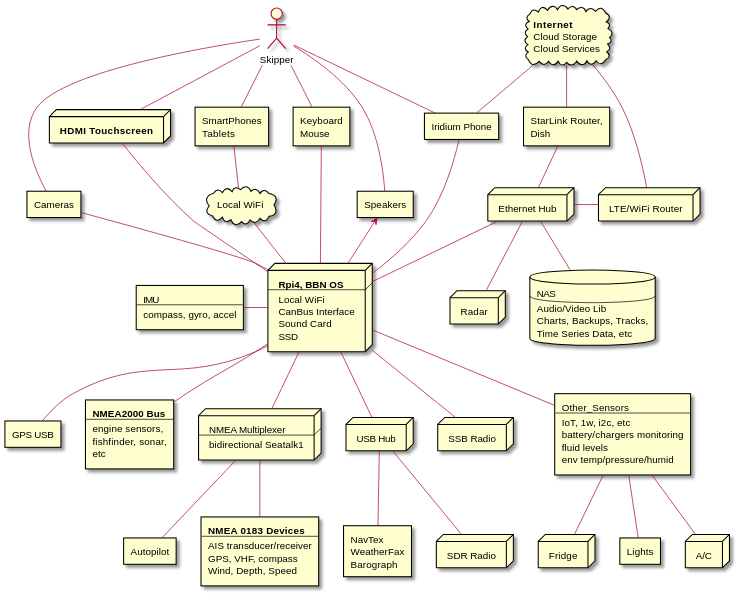
The PlantUML diagram docs/images/system-arch.svg in bareboat-necessities/my-bareboat, before a commit. The source it was exported from:
```plantuml
@startuml

actor Skipper [
 Skipper
]

node RPI [
 <b>Rpi4, BBN OS
 ----
 Local WiFi
 CanBus Interface
 Sound Card
 SSD
]

rectangle GPS [
 GPS USB
]

rectangle IMU [
 IMU
 ----
 compass, gyro, accel
]

rectangle NMEA_2000 [
 <b>NMEA2000 Bus
 ----
 engine sensors,
 fishfinder, sonar,
 etc
]

node NMEA_Mux [
 NMEA Multiplexer
 ----
 bidirectional Seatalk1
]

rectangle NMEA_0183 [
 <b>NMEA 0183 Devices
 ----
 AIS transducer/receiver
 GPS, VHF, compass
 Wind, Depth, Speed
]

rectangle AP [
 Autopilot
]

node Eth_Hub [
 Ethernet Hub
]

node USB_Hub [
 USB Hub
]

node Router [
 LTE/WiFi Router
]

rectangle Dish_Router [
 StarLink Router,
 Dish
]

node Radar [
 Radar
]

node Touchscreen [
 <b>HDMI Touchscreen
]

rectangle Speakers [
 Speakers
]

rectangle Cameras [
 Cameras
]

node SDR [
 SDR Radio
]

node SSB [
 SSB Radio
]

cloud WiFi_Local [
 Local WiFi
]

rectangle Iridium [
 Iridium Phone
]

rectangle Other_Sensors [
 Other_Sensors
 ----
 IoT, 1w, i2c, etc
 battery/chargers monitoring
 fluid levels
 env temp/pressure/humid
]

node AC [
 A/C
]

node Fridge [
 Fridge
]

rectangle Lights [
 Lights
]

rectangle Keyboard_Mouse [
 Keyboard
 Mouse
]

rectangle Weather [
 NavTex
 WeatherFax
 Barograph
]

rectangle SmartPhone [
 SmartPhones
 Tablets
]

database NAS [
 NAS
 ----
 Audio/Video Lib
 Charts, Backups, Tracks,
 Time Series Data, etc
]

cloud Cloud_Internet [
 <b>Internet
 Cloud Storage
 Cloud Services
]

RPI -- GPS
RPI -l- IMU
RPI -- NMEA_2000
RPI -- NMEA_Mux
RPI -u- Eth_Hub
RPI -- USB_Hub
RPI -u- Touchscreen
RPI -u- Cameras
RPI -u-> Speakers
RPI -- SSB
RPI -u- Iridium
RPI -- Other_Sensors
RPI -u- WiFi_Local
RPI -u- Keyboard_Mouse

SmartPhone -- WiFi_Local

Eth_Hub -r- Router
Eth_Hub -- Radar
Eth_Hub -- NAS
Eth_Hub -u- Dish_Router

USB_Hub -- SDR
USB_Hub -- Weather

Other_Sensors -- AC
Other_Sensors -- Fridge
Other_Sensors -- Lights

NMEA_Mux -- NMEA_0183
NMEA_Mux -- AP

Cloud_Internet -- Dish_Router
Cloud_Internet -- Router
Cloud_Internet -- Iridium

Skipper -- Touchscreen
Skipper -- Speakers
Skipper -- Cameras
Skipper -- Iridium
Skipper -- SmartPhone
Skipper -- Keyboard_Mouse

@enduml
```
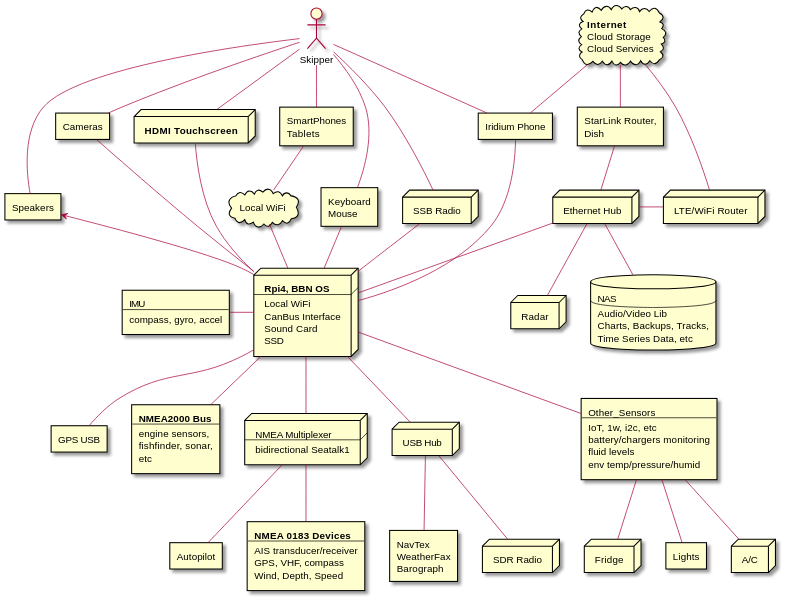
Later version of the same file.

Commit message:
better diagrams

Change to the diagram source:
```diff
@@ -158,7 +158,7 @@
 RPI -u- Touchscreen
 RPI -u- Cameras
 RPI -u-> Speakers
-RPI -- SSB
+RPI -u- SSB
 RPI -u- Iridium
 RPI -- Other_Sensors
 RPI -u- WiFi_Local
@@ -189,6 +189,7 @@
 Skipper -- Speakers
 Skipper -- Cameras
 Skipper -- Iridium
+Skipper -- SSB
 Skipper -- SmartPhone
 Skipper -- Keyboard_Mouse
 
```
